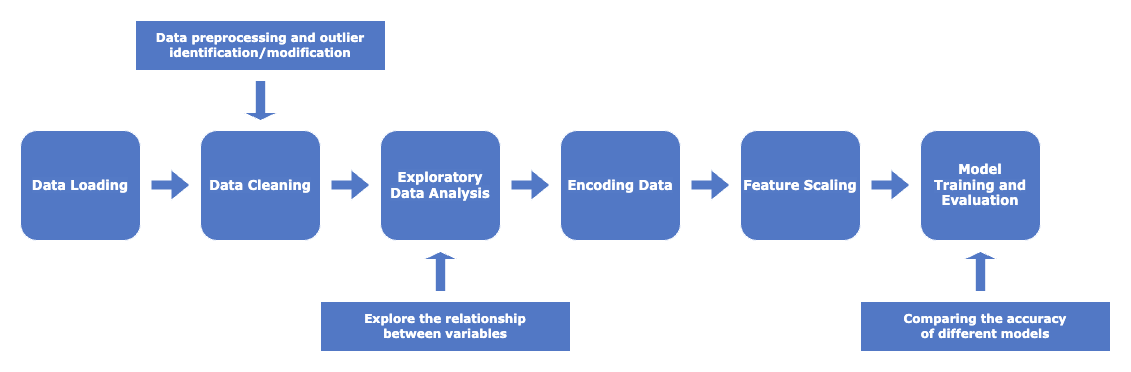
Above: implementation/process.drawio.png in sjbmcg/data_science_group_project (draw.io), before the change. Source tidied: cells renumbered, new cells last; positions are measured from the earlier drawing's top-left corner, leaving out a move shared by most shapes.
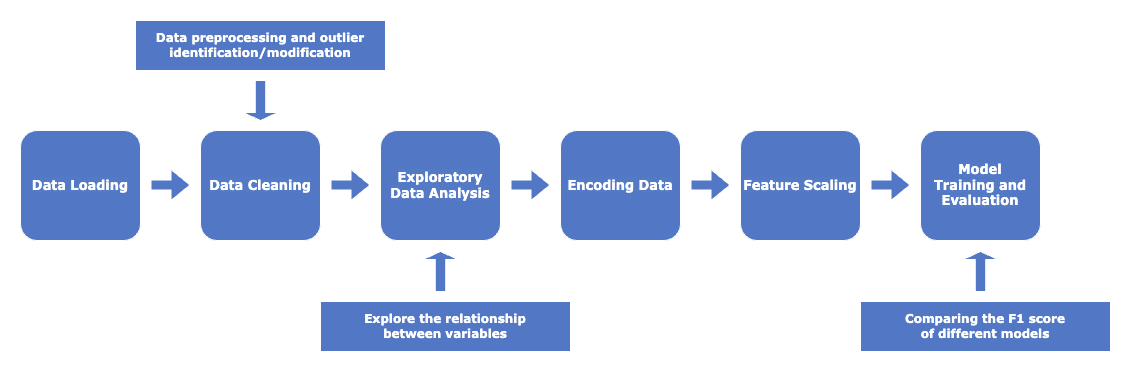
Later version of the same file.

The edit, as a diff of the source:
```diff
@@ -44,7 +44,7 @@
     <mxCell id="11" value="&lt;font style=&quot;font-size: 12px;&quot; face=&quot;Verdana&quot; color=&quot;#ffffff&quot;&gt;&lt;b style=&quot;&quot;&gt;Data preprocessing and outlier identification/modification&lt;/b&gt;&lt;/font&gt;" style="rounded=0;whiteSpace=wrap;html=1;fillColor=#5278C5;strokeColor=#FFFFFF;" parent="1" vertex="1">
       <mxGeometry x="115" width="250" height="50" as="geometry" />
     </mxCell>
-    <mxCell id="12" value="&lt;font face=&quot;Verdana&quot; color=&quot;#ffffff&quot;&gt;&lt;b&gt;Comparing the accuracy &lt;br&gt;of different models&lt;/b&gt;&lt;/font&gt;" style="rounded=0;whiteSpace=wrap;html=1;fillColor=#5278C5;strokeColor=#FFFFFF;" parent="1" vertex="1">
+    <mxCell id="12" value="&lt;font face=&quot;Verdana&quot; color=&quot;#ffffff&quot;&gt;&lt;b&gt;Comparing the F1 score&lt;br&gt;of different models&lt;/b&gt;&lt;/font&gt;" style="rounded=0;whiteSpace=wrap;html=1;fillColor=#5278C5;strokeColor=#FFFFFF;" parent="1" vertex="1">
       <mxGeometry x="840" y="281" width="250" height="50" as="geometry" />
     </mxCell>
     <mxCell id="13" style="shape=singleArrow;direction=south;whiteSpace=wrap;html=1;fillColor=#5278C5;strokeColor=#FFFFFF;" parent="1" vertex="1">
```
